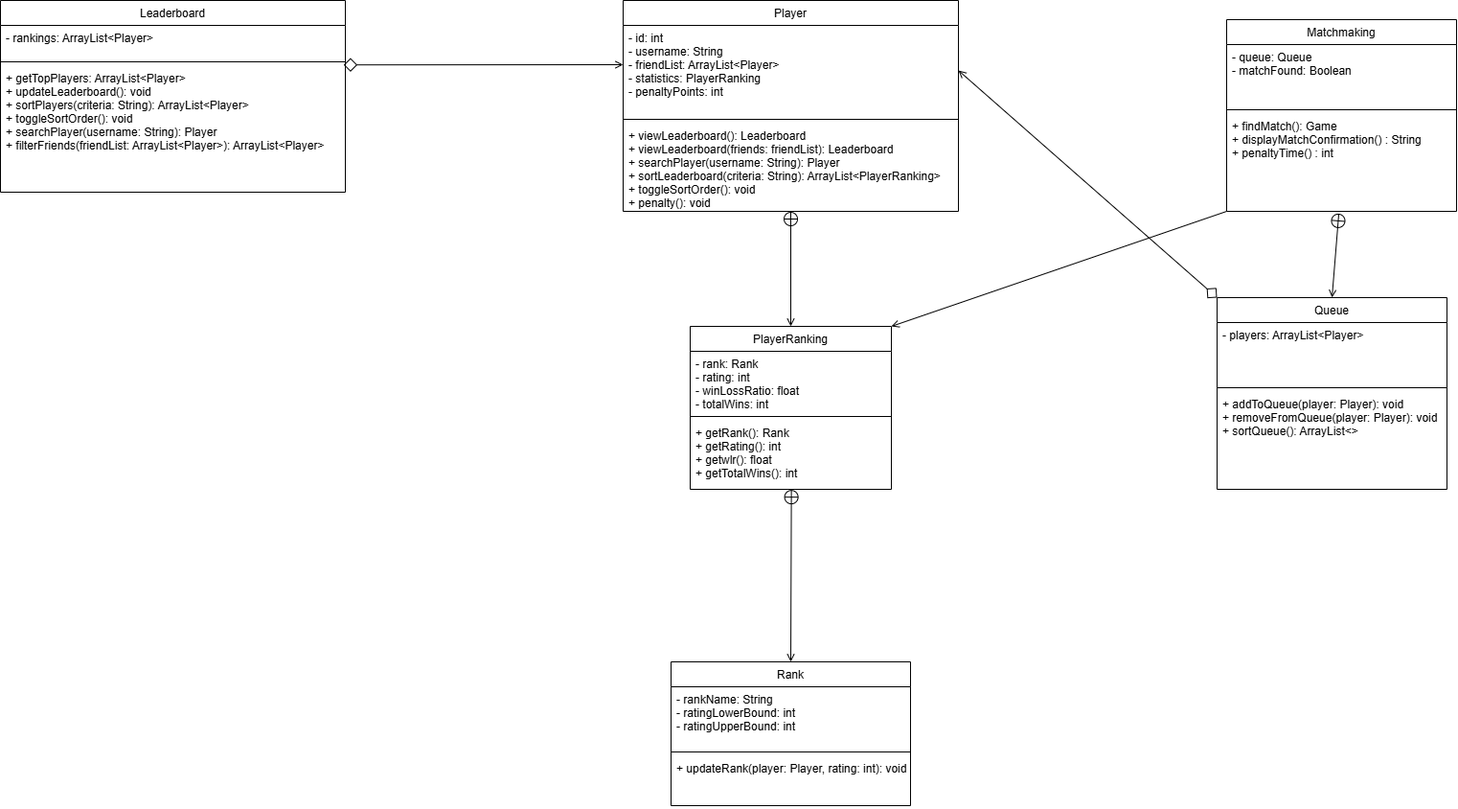
Earlier version of the draw.io export Leaderboard_Matchmaking_Documents/to be merged/leaderboard matchmaking class_diagram.png (illiteratewaffle/RetroArcade). Source tidied: cells renumbered, new cells last; positions are measured from the earlier drawing's top-left corner, leaving out a move shared by most shapes. Its diagram source:
```xml
<mxGraphModel>
  <root>
    <mxCell id="0" />
    <mxCell id="1" parent="0" />
    <mxCell id="2" style="rounded=0;jettySize=auto;html=1;exitX=0.5;exitY=0;exitDx=0;exitDy=0;entryX=0.5;entryY=1;entryDx=0;entryDy=0;endArrow=circlePlus;endFill=0;startArrow=open;startFill=0;" parent="1" edge="1" source="21" target="3">
      <mxGeometry relative="1" as="geometry" />
    </mxCell>
    <mxCell id="3" value="Player" style="swimlane;fontStyle=0;align=center;verticalAlign=top;horizontal=1;startSize=26;rounded=0;shadow=0;strokeWidth=1;" parent="1" vertex="1">
      <mxGeometry x="650" width="350" height="220" as="geometry" />
    </mxCell>
    <mxCell id="4" value="- id: int&#10;- username: String&#10;- friendList: ArrayList&lt;Player&gt;&#10;- statistics: PlayerRanking&#10;- penaltyPoints: int" style="text;align=left;verticalAlign=top;spacingLeft=4;spacingRight=4;overflow=hidden;points=[[0,0.5],[1,0.5]];portConstraint=eastwest;" parent="3" vertex="1">
      <mxGeometry y="26" width="350" height="94" as="geometry" />
    </mxCell>
    <mxCell id="5" style="line;html=1;strokeWidth=1;align=left;verticalAlign=middle;spacingTop=-1;spacingLeft=3;spacingRight=3;labelPosition=right;" parent="3" vertex="1">
      <mxGeometry y="120" width="350" height="8" as="geometry" />
    </mxCell>
    <mxCell id="6" value="+ viewLeaderboard(): Leaderboard&#10;+ viewLeaderboard(friends: friendList): Leaderboard&#10;+ searchPlayer(username: String): Player&#10;+ sortLeaderboard(criteria: String): ArrayList&lt;PlayerRanking&gt;&#10;+ toggleSortOrder(): void &#10;+ penalty(): void&#10;&#10;" style="text;align=left;verticalAlign=top;spacingLeft=4;spacingRight=4;overflow=hidden;" parent="3" vertex="1">
      <mxGeometry y="128" width="350" height="92" as="geometry" />
    </mxCell>
    <mxCell id="7" style="edgeStyle=orthogonalEdgeStyle;rounded=0;jettySize=auto;html=1;entryX=0;entryY=0.415;entryDx=0;entryDy=0;entryPerimeter=0;" parent="3" edge="1" target="4">
      <mxGeometry relative="1" as="geometry">
        <mxPoint y="65" as="sourcePoint" />
      </mxGeometry>
    </mxCell>
    <mxCell id="8" style="rounded=0;jettySize=auto;html=1;exitX=0;exitY=1;exitDx=0;exitDy=0;entryX=1;entryY=0;entryDx=0;entryDy=0;endArrow=open;endFill=0;" parent="1" edge="1" source="9" target="21">
      <mxGeometry relative="1" as="geometry" />
    </mxCell>
    <mxCell id="9" value="Matchmaking" style="swimlane;fontStyle=0;align=center;verticalAlign=top;horizontal=1;startSize=26;rounded=0;shadow=0;strokeWidth=1;" parent="1" vertex="1">
      <mxGeometry x="1280" y="20" width="240" height="200" as="geometry" />
    </mxCell>
    <mxCell id="10" value="- queue: Queue&#10;- matchFound: Boolean" style="text;align=left;verticalAlign=top;spacingLeft=4;spacingRight=4;overflow=hidden;" parent="9" vertex="1">
      <mxGeometry y="26" width="240" height="64" as="geometry" />
    </mxCell>
    <mxCell id="11" style="line;html=1;strokeWidth=1;align=left;verticalAlign=middle;spacingTop=-1;spacingLeft=3;spacingRight=3;labelPosition=right;" parent="9" vertex="1">
      <mxGeometry y="90" width="240" height="8" as="geometry" />
    </mxCell>
    <mxCell id="12" value="+ findMatch(): Game&#10;+ displayMatchConfirmation() : String&#10;+ penaltyTime() : int" style="text;align=left;verticalAlign=top;spacingLeft=4;spacingRight=4;overflow=hidden;points=[[0,0.5],[1,0.5]];portConstraint=eastwest;" parent="9" vertex="1">
      <mxGeometry y="98" width="240" height="102" as="geometry" />
    </mxCell>
    <mxCell id="13" value="Rank" style="swimlane;fontStyle=0;align=center;verticalAlign=top;horizontal=1;startSize=26;rounded=0;shadow=0;strokeWidth=1;" parent="1" vertex="1">
      <mxGeometry x="700" y="690" width="250" height="150" as="geometry" />
    </mxCell>
    <mxCell id="14" value="- rankName: String&#10;- ratingLowerBound: int&#10;- ratingUpperBound: int" style="text;align=left;verticalAlign=top;spacingLeft=4;spacingRight=4;overflow=hidden;" parent="13" vertex="1">
      <mxGeometry y="26" width="250" height="64" as="geometry" />
    </mxCell>
    <mxCell id="15" style="line;html=1;strokeWidth=1;align=left;verticalAlign=middle;spacingTop=-1;spacingLeft=3;spacingRight=3;labelPosition=right;" parent="13" vertex="1">
      <mxGeometry y="90" width="250" height="8" as="geometry" />
    </mxCell>
    <mxCell id="16" value="+ updateRank(player: Player, rating: int): void" style="text;align=left;verticalAlign=top;spacingLeft=4;spacingRight=4;overflow=hidden;" parent="13" vertex="1">
      <mxGeometry y="98" width="250" height="52" as="geometry" />
    </mxCell>
    <mxCell id="17" value="Leaderboard" style="swimlane;fontStyle=0;align=center;verticalAlign=top;horizontal=1;startSize=26;rounded=0;shadow=0;strokeWidth=1;" parent="1" vertex="1">
      <mxGeometry width="360" height="200" as="geometry" />
    </mxCell>
    <mxCell id="18" value="- rankings: ArrayList&lt;Player&gt;" style="text;align=left;verticalAlign=top;spacingLeft=4;spacingRight=4;overflow=hidden;" parent="17" vertex="1">
      <mxGeometry y="26" width="360" height="34" as="geometry" />
    </mxCell>
    <mxCell id="19" style="line;html=1;strokeWidth=1;align=left;verticalAlign=middle;spacingTop=-1;spacingLeft=3;spacingRight=3;labelPosition=right;" parent="17" vertex="1">
      <mxGeometry y="60" width="360" height="8" as="geometry" />
    </mxCell>
    <mxCell id="20" value="+ getTopPlayers: ArrayList&lt;Player&gt;&#10;+ updateLeaderboard(): void&#10;+ sortPlayers(criteria: String): ArrayList&lt;Player&gt;&#10;+ toggleSortOrder(): void&#10;+ searchPlayer(username: String): Player&#10;+ filterFriends(friendList: ArrayList&lt;Player&gt;): ArrayList&lt;Player&gt;" style="text;align=left;verticalAlign=top;spacingLeft=4;spacingRight=4;overflow=hidden;points=[[0,0.5],[1,0.5]];portConstraint=eastwest;" parent="17" vertex="1">
      <mxGeometry y="68" width="360" height="132" as="geometry" />
    </mxCell>
    <mxCell id="21" value="PlayerRanking" style="swimlane;fontStyle=0;align=center;verticalAlign=top;horizontal=1;startSize=26;rounded=0;shadow=0;strokeWidth=1;" parent="1" vertex="1">
      <mxGeometry x="720" y="340" width="210" height="170" as="geometry" />
    </mxCell>
    <mxCell id="22" value="- rank: Rank&#10;- rating: int&#10;- winLossRatio: float&#10;- totalWins: int" style="text;align=left;verticalAlign=top;spacingLeft=4;spacingRight=4;overflow=hidden;" parent="21" vertex="1">
      <mxGeometry y="26" width="210" height="64" as="geometry" />
    </mxCell>
    <mxCell id="23" style="line;html=1;strokeWidth=1;align=left;verticalAlign=middle;spacingTop=-1;spacingLeft=3;spacingRight=3;labelPosition=right;" parent="21" vertex="1">
      <mxGeometry y="90" width="210" height="8" as="geometry" />
    </mxCell>
    <mxCell id="24" value="+ getRank(): Rank&#10;+ getRating(): int&#10;+ getwlr(): float&#10;+ getTotalWins(): int" style="text;align=left;verticalAlign=top;spacingLeft=4;spacingRight=4;overflow=hidden;points=[[0,0.5],[1,0.5]];portConstraint=eastwest;" parent="21" vertex="1">
      <mxGeometry y="98" width="210" height="72" as="geometry" />
    </mxCell>
    <mxCell id="25" style="rounded=0;jettySize=auto;html=1;exitX=0.5;exitY=0;exitDx=0;exitDy=0;entryX=0.503;entryY=1.002;entryDx=0;entryDy=0;endArrow=circlePlus;endFill=0;startArrow=open;startFill=0;entryPerimeter=0;" parent="1" edge="1" source="13" target="24">
      <mxGeometry relative="1" as="geometry" />
    </mxCell>
    <mxCell id="26" style="rounded=0;jettySize=auto;html=1;exitX=0.995;exitY=-0.006;exitDx=0;exitDy=0;endArrow=open;endFill=0;startArrow=diamond;startFill=0;targetPerimeterSpacing=0;endSize=6;startSize=12;exitPerimeter=0;" parent="1" edge="1" source="20">
      <mxGeometry relative="1" as="geometry">
        <mxPoint x="650" y="67" as="targetPoint" />
      </mxGeometry>
    </mxCell>
    <mxCell id="27" style="rounded=0;jettySize=auto;html=1;exitX=0;exitY=0;exitDx=0;exitDy=0;endArrow=open;endFill=0;startArrow=diamond;startFill=0;targetPerimeterSpacing=0;endSize=6;startSize=12;entryX=1;entryY=0.5;entryDx=0;entryDy=0;" parent="1" edge="1" source="28" target="4">
      <mxGeometry relative="1" as="geometry" />
    </mxCell>
    <mxCell id="28" value="Queue" style="swimlane;fontStyle=0;align=center;verticalAlign=top;horizontal=1;startSize=26;rounded=0;shadow=0;strokeWidth=1;" parent="1" vertex="1">
      <mxGeometry x="1270" y="310" width="240" height="200" as="geometry" />
    </mxCell>
    <mxCell id="29" value="- players: ArrayList&lt;Player&gt;" style="text;align=left;verticalAlign=top;spacingLeft=4;spacingRight=4;overflow=hidden;" parent="28" vertex="1">
      <mxGeometry y="26" width="240" height="64" as="geometry" />
    </mxCell>
    <mxCell id="30" style="line;html=1;strokeWidth=1;align=left;verticalAlign=middle;spacingTop=-1;spacingLeft=3;spacingRight=3;labelPosition=right;" parent="28" vertex="1">
      <mxGeometry y="90" width="240" height="8" as="geometry" />
    </mxCell>
    <mxCell id="31" value="+ addToQueue(player: Player): void&#10;+ removeFromQueue(player: Player): void&#10;+ sortQueue(): ArrayList&lt;&gt;" style="text;align=left;verticalAlign=top;spacingLeft=4;spacingRight=4;overflow=hidden;" parent="28" vertex="1">
      <mxGeometry y="98" width="240" height="102" as="geometry" />
    </mxCell>
    <mxCell id="32" style="rounded=0;jettySize=auto;html=1;exitX=0.5;exitY=0;exitDx=0;exitDy=0;entryX=0.488;entryY=1.019;entryDx=0;entryDy=0;endArrow=circlePlus;endFill=0;startArrow=open;startFill=0;entryPerimeter=0;" parent="1" edge="1" source="28" target="12">
      <mxGeometry relative="1" as="geometry" />
    </mxCell>
  </root>
</mxGraphModel>
```
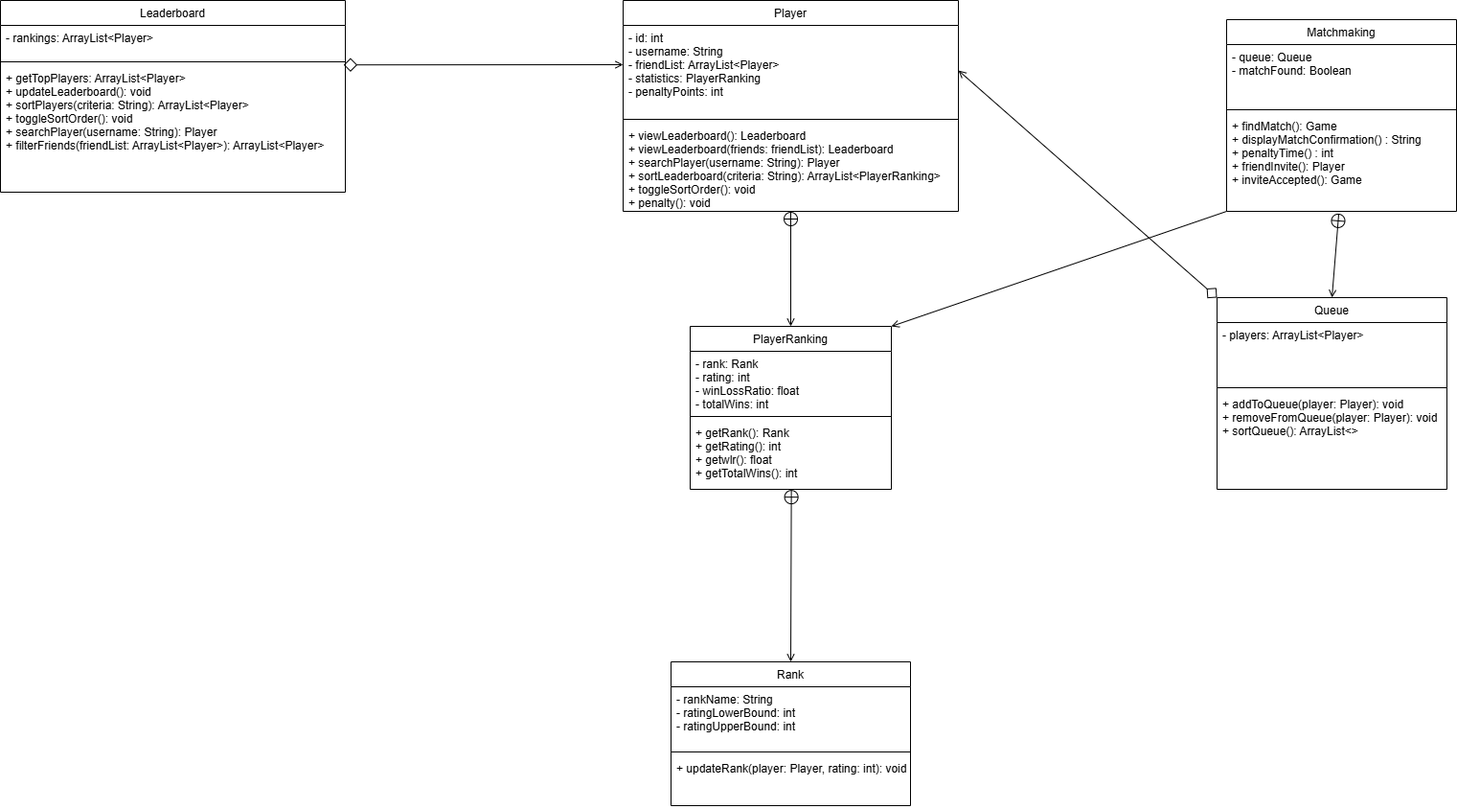
Later version of the same file.

Commit message:
Updated files that had discrepancies, Added two use cases and in turn updated the MatchmakingUseCaseDiagrams to include the use cases. Added the link to the MatchmakingUseCaseDiagrams draw.io.

Change to the diagram source:
```diff
@@ -34,7 +34,7 @@
     <mxCell id="11" style="line;html=1;strokeWidth=1;align=left;verticalAlign=middle;spacingTop=-1;spacingLeft=3;spacingRight=3;labelPosition=right;" parent="9" vertex="1">
       <mxGeometry y="90" width="240" height="8" as="geometry" />
     </mxCell>
-    <mxCell id="12" value="+ findMatch(): Game&#10;+ displayMatchConfirmation() : String&#10;+ penaltyTime() : int" style="text;align=left;verticalAlign=top;spacingLeft=4;spacingRight=4;overflow=hidden;points=[[0,0.5],[1,0.5]];portConstraint=eastwest;" parent="9" vertex="1">
+    <mxCell id="12" value="+ findMatch(): Game&#10;+ displayMatchConfirmation() : String&#10;+ penaltyTime() : int&#10;+ friendInvite(): Player&#10;+ inviteAccepted(): Game" style="text;align=left;verticalAlign=top;spacingLeft=4;spacingRight=4;overflow=hidden;points=[[0,0.5],[1,0.5]];portConstraint=eastwest;" parent="9" vertex="1">
       <mxGeometry y="98" width="240" height="102" as="geometry" />
     </mxCell>
     <mxCell id="13" value="Rank" style="swimlane;fontStyle=0;align=center;verticalAlign=top;horizontal=1;startSize=26;rounded=0;shadow=0;strokeWidth=1;" parent="1" vertex="1">
```
